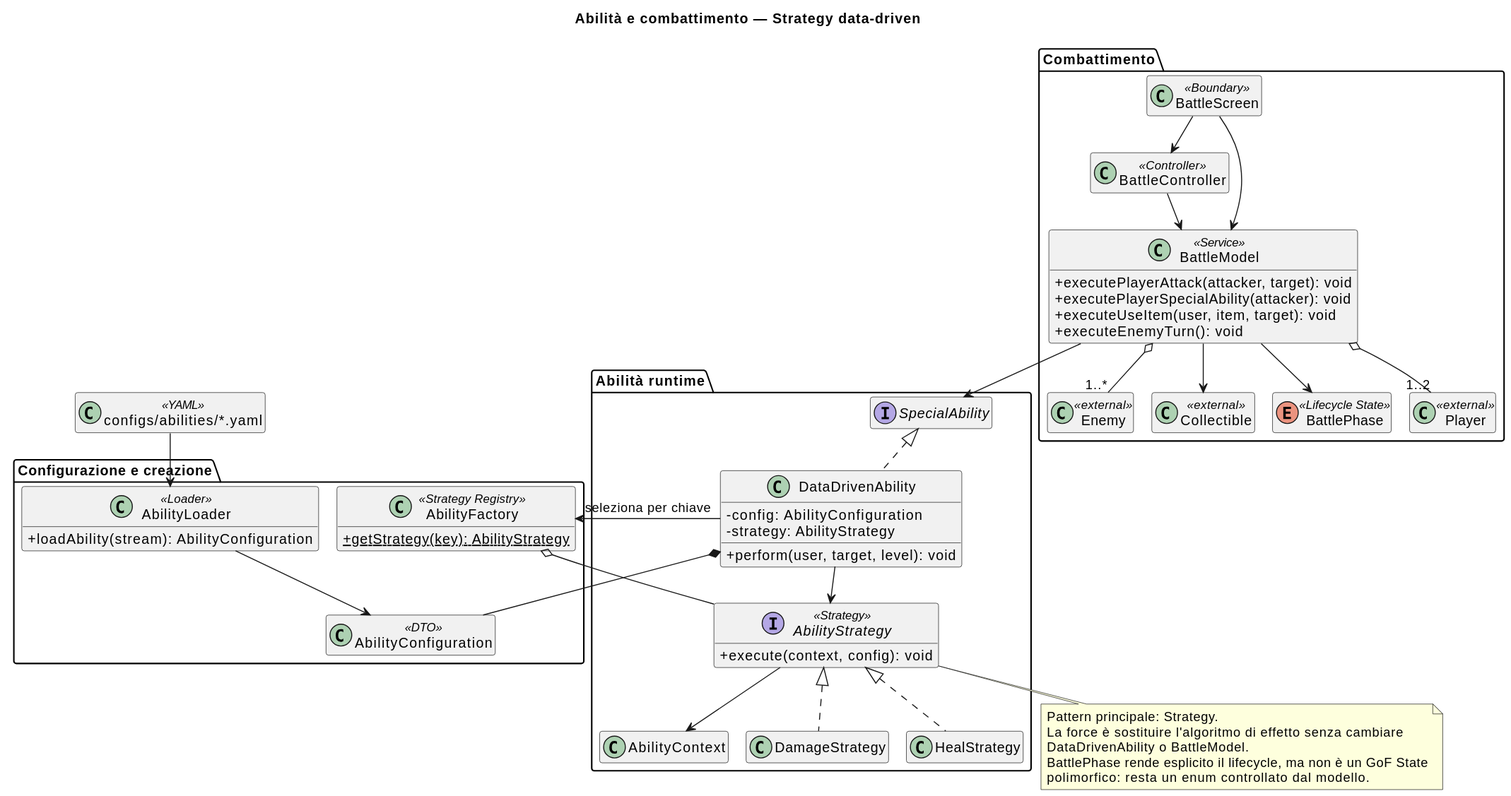
Earlier version of the PlantUML export docs/diagrams/systems/03-abilities-combat.svg (pcodez99/progetto-ISS-2025-2026). Its diagram source:
```plantuml
@startuml
!pragma layout smetana
title Abilità e combattimento — Strategy data-driven

skinparam classAttributeIconSize 0
hide empty members

class "configs/abilities/*.yaml" as AbilityYaml <<YAML>>

package "Configurazione e creazione" {
  class AbilityLoader <<Loader>> {
    + loadAbility(stream): AbilityConfiguration
  }
  class AbilityConfiguration <<DTO>>
  class AbilityFactory <<Strategy Registry>> {
    + {static} getStrategy(key): AbilityStrategy
  }
}

package "Abilità runtime" {
  interface SpecialAbility
  class DataDrivenAbility {
    - config: AbilityConfiguration
    - strategy: AbilityStrategy
    + perform(user, target, level): void
  }
  interface AbilityStrategy <<Strategy>> {
    + execute(context, config): void
  }
  class DamageStrategy
  class HealStrategy
  class AbilityContext
}

package "Combattimento" {
  class BattleController <<Controller>>
  class BattleModel <<Service>> {
    + executePlayerAttack(attacker, target): void
    + executePlayerSpecialAbility(attacker): void
    + executeUseItem(user, item, target): void
    + executeEnemyTurn(): void
  }
  enum BattlePhase <<Lifecycle State>>
  class Player <<external>>
  class Enemy <<external>>
  class Collectible <<external>>
  class BattleScreen <<Boundary>>
}

AbilityYaml --> AbilityLoader
AbilityLoader --> AbilityConfiguration
AbilityFactory o-- AbilityStrategy
DataDrivenAbility --> AbilityFactory : seleziona per chiave
DataDrivenAbility *-- AbilityConfiguration
DataDrivenAbility --> AbilityStrategy
SpecialAbility <|.. DataDrivenAbility
AbilityStrategy <|.. DamageStrategy
AbilityStrategy <|.. HealStrategy
AbilityStrategy --> AbilityContext

BattleController --> BattleModel
BattleScreen --> BattleController
BattleScreen --> BattleModel
BattleModel --> BattlePhase
BattleModel o-- "1..2" Player
BattleModel o-- "1..*" Enemy
BattleModel --> SpecialAbility
BattleModel --> Collectible

note bottom of AbilityStrategy
Pattern principale: Strategy.
La force è sostituire l'algoritmo di effetto senza cambiare
DataDrivenAbility o BattleModel.
BattlePhase rende esplicito il lifecycle, ma non è un GoF State
polimorfico: resta un enum controllato dal modello.
end note
@enduml
```
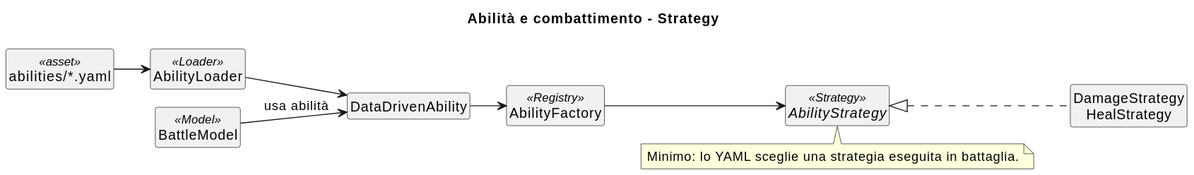
After the commit.

Diff of the diagram source:
```diff
@@ -1,77 +1,28 @@
 @startuml
 !pragma layout smetana
-title Abilità e combattimento — Strategy data-driven
+title Abilità e combattimento - Strategy
 
+left to right direction
 skinparam classAttributeIconSize 0
 hide empty members
+hide circle
 
-class "configs/abilities/*.yaml" as AbilityYaml <<YAML>>
-
-package "Configurazione e creazione" {
-  class AbilityLoader <<Loader>> {
-    + loadAbility(stream): AbilityConfiguration
-  }
-  class AbilityConfiguration <<DTO>>
-  class AbilityFactory <<Strategy Registry>> {
-    + {static} getStrategy(key): AbilityStrategy
-  }
-}
-
-package "Abilità runtime" {
-  interface SpecialAbility
-  class DataDrivenAbility {
-    - config: AbilityConfiguration
-    - strategy: AbilityStrategy
-    + perform(user, target, level): void
-  }
-  interface AbilityStrategy <<Strategy>> {
-    + execute(context, config): void
-  }
-  class DamageStrategy
-  class HealStrategy
-  class AbilityContext
-}
-
-package "Combattimento" {
-  class BattleController <<Controller>>
-  class BattleModel <<Service>> {
-    + executePlayerAttack(attacker, target): void
-    + executePlayerSpecialAbility(attacker): void
-    + executeUseItem(user, item, target): void
-    + executeEnemyTurn(): void
-  }
-  enum BattlePhase <<Lifecycle State>>
-  class Player <<external>>
-  class Enemy <<external>>
-  class Collectible <<external>>
-  class BattleScreen <<Boundary>>
-}
+class "abilities/*.yaml" as AbilityYaml <<asset>>
+class AbilityLoader <<Loader>>
+class DataDrivenAbility
+class AbilityFactory <<Registry>>
+interface AbilityStrategy <<Strategy>>
+class "DamageStrategy\nHealStrategy" as Strategies
+class BattleModel <<Model>>
 
 AbilityYaml --> AbilityLoader
-AbilityLoader --> AbilityConfiguration
-AbilityFactory o-- AbilityStrategy
-DataDrivenAbility --> AbilityFactory : seleziona per chiave
-DataDrivenAbility *-- AbilityConfiguration
-DataDrivenAbility --> AbilityStrategy
-SpecialAbility <|.. DataDrivenAbility
-AbilityStrategy <|.. DamageStrategy
-AbilityStrategy <|.. HealStrategy
-AbilityStrategy --> AbilityContext
-
-BattleController --> BattleModel
-BattleScreen --> BattleController
-BattleScreen --> BattleModel
-BattleModel --> BattlePhase
-BattleModel o-- "1..2" Player
-BattleModel o-- "1..*" Enemy
-BattleModel --> SpecialAbility
-BattleModel --> Collectible
+AbilityLoader --> DataDrivenAbility
+DataDrivenAbility --> AbilityFactory
+AbilityFactory --> AbilityStrategy
+AbilityStrategy <|.. Strategies
+BattleModel --> DataDrivenAbility : usa abilità
 
 note bottom of AbilityStrategy
-Pattern principale: Strategy.
-La force è sostituire l'algoritmo di effetto senza cambiare
-DataDrivenAbility o BattleModel.
-BattlePhase rende esplicito il lifecycle, ma non è un GoF State
-polimorfico: resta un enum controllato dal modello.
+Minimo: lo YAML sceglie una strategia eseguita in battaglia.
 end note
 @enduml
```
